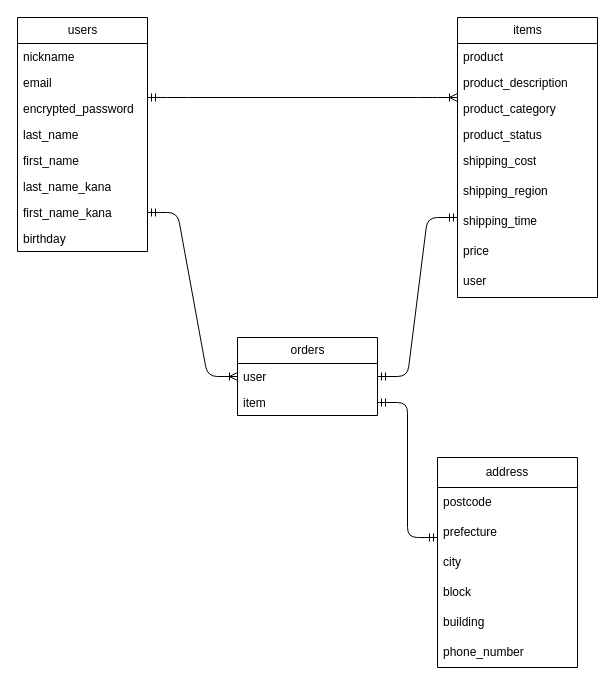
The draw.io diagram er.dio in mika0715/furima-40479, before the edit. Source tidied: cells renumbered, new cells numbered last; positions are measured from the earlier drawing's top-left corner, leaving out a move shared by most shapes. Both pictures are drawn from the tidied source at 100%, with x=0, y=0 at pixel (17, 17).
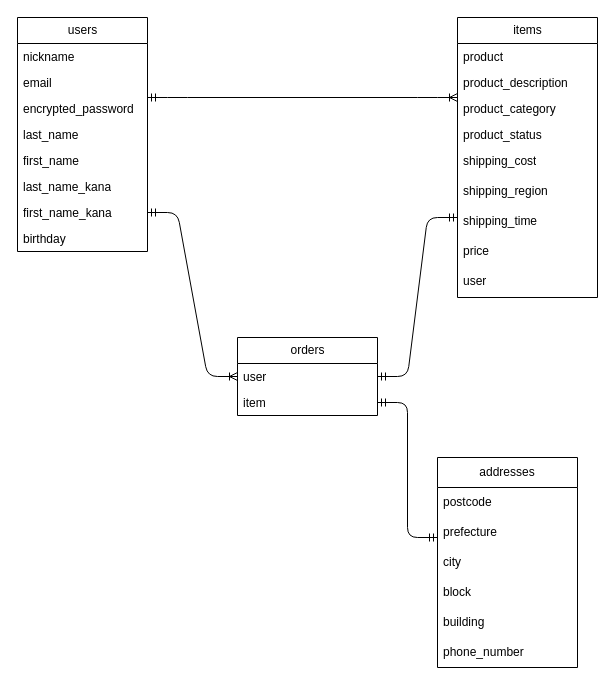
The same page after the edit.

Commit message (it also covers changes not shown here):
データベース設計の修正

Diff of the diagram source:
```diff
@@
-    <mxCell id="24" value="address" style="swimlane;fontStyle=0;horizontal=1;startSize=30;whiteSpace=wrap;html=1;" parent="1" vertex="1">
+    <mxCell id="24" value="addresses" style="swimlane;fontStyle=0;horizontal=1;startSize=30;whiteSpace=wrap;html=1;" parent="1" vertex="1">
       <mxGeometry x="420" y="440" width="140" height="210" as="geometry" />
     </mxCell>
```
